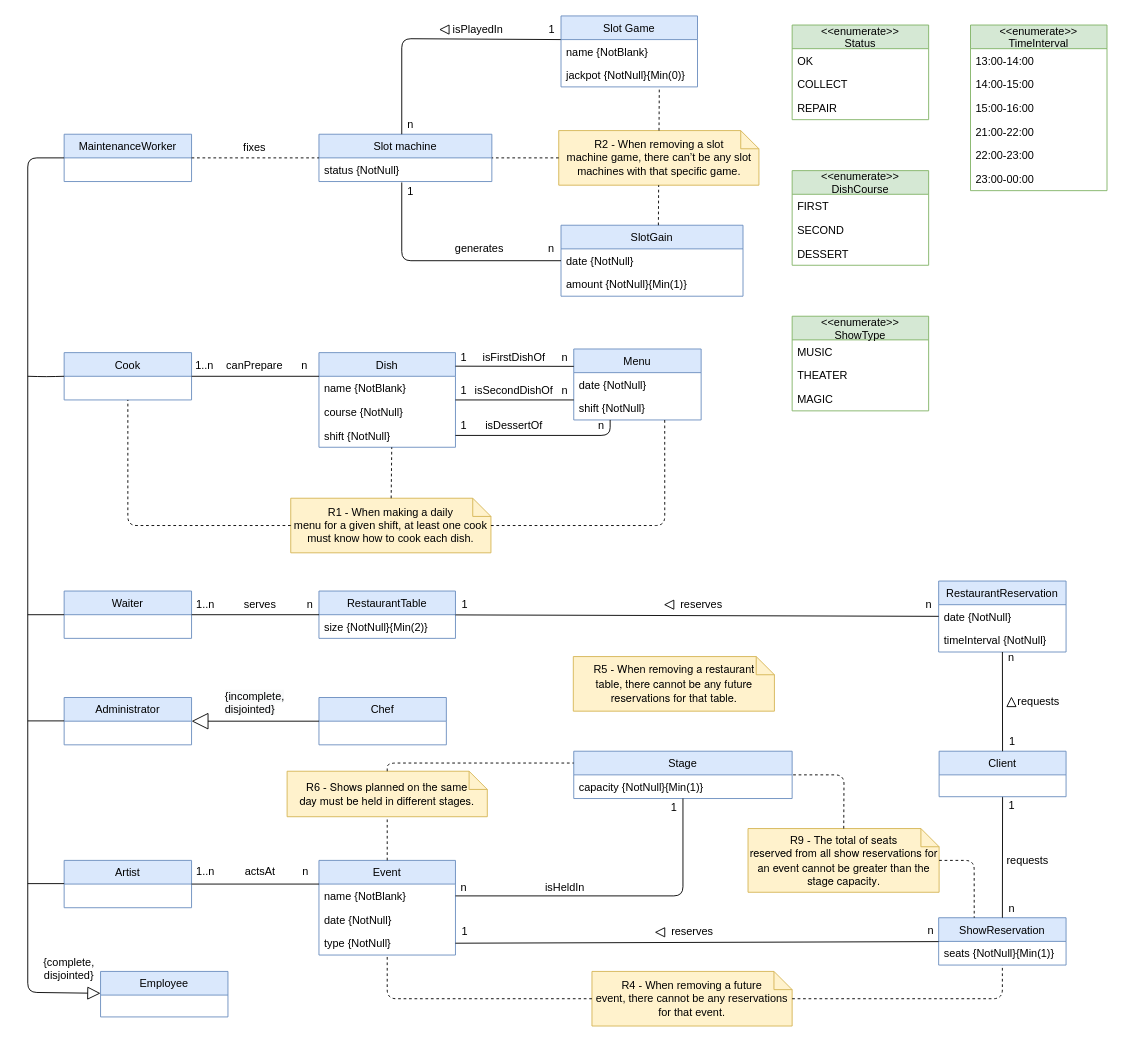
gii-is-DP1/dp1-2020-g1-07 keeps this draw.io diagram as page "V2-Restaurante,Slots,Shows" (2 of 2) of uml/Conceptual Model.drawio. Above is the earlier version. Source tidied: cells renumbered, new cells numbered last; positions are measured from the earlier drawing's top-left corner, leaving out a move shared by most shapes. Both pictures are drawn from the tidied source at 91%, with x=0, y=0 at pixel (27, 15).
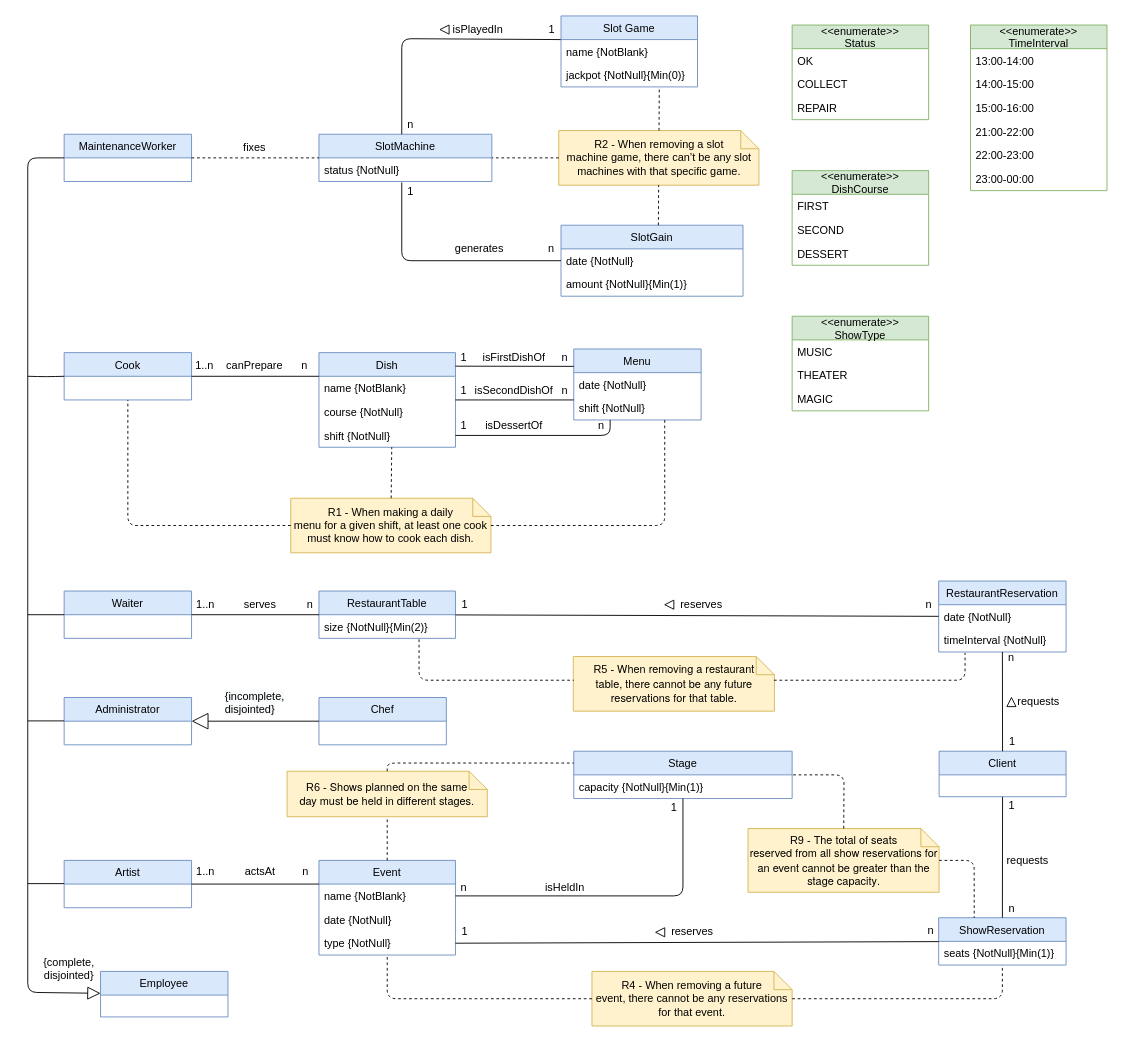
Above is the later version.

The edit, as a diff of the source:
```diff
@@
-    <mxCell id="54" value="Slot machine" style="swimlane;fontStyle=0;horizontal=1;startSize=26;fillColor=#dae8fc;strokeColor=#6c8ebf;" parent="1" vertex="1">
+    <mxCell id="54" value="SlotMachine" style="swimlane;fontStyle=0;horizontal=1;startSize=26;fillColor=#dae8fc;strokeColor=#6c8ebf;" parent="1" vertex="1">
       <mxGeometry x="320" y="130" width="190" height="52" as="geometry" />
     </mxCell>
@@
+    <mxCell id="141" style="endArrow=none;dashed=1;html=1;" parent="1" edge="1">
+      <mxGeometry relative="1" as="geometry">
+        <mxPoint x="430" y="685" as="sourcePoint" />
+        <mxPoint x="600" y="730" as="targetPoint" />
+        <Array as="points">
+          <mxPoint x="430" y="730" />
+        </Array>
+      </mxGeometry>
+    </mxCell>
+    <mxCell id="142" style="endArrow=none;dashed=1;html=1;" parent="1" edge="1">
+      <mxGeometry relative="1" as="geometry">
+        <mxPoint x="820" y="730" as="sourcePoint" />
+        <mxPoint x="1030" y="700" as="targetPoint" />
+        <Array as="points">
+          <mxPoint x="1030" y="730" />
+        </Array>
+      </mxGeometry>
+    </mxCell>
```
